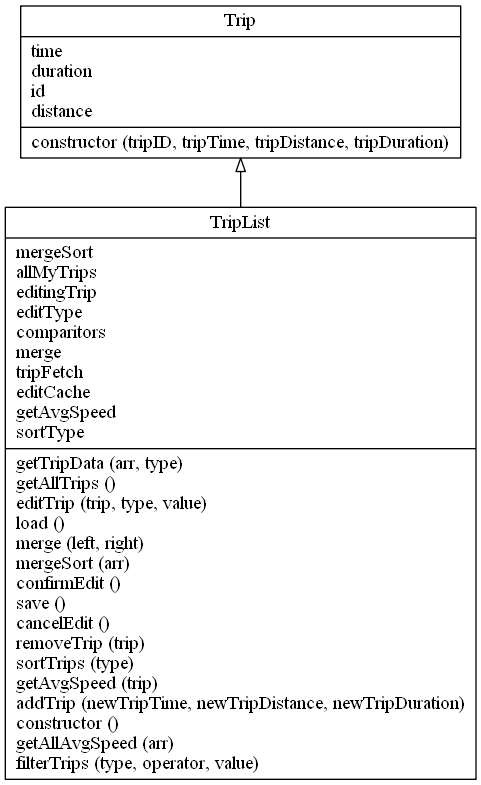
This is output/classes.dot.png from ChironEvans/de321-Assignment2-2020, a Graphviz export, as it was before one commit. Its source is kept beside it as output/classes.dot.
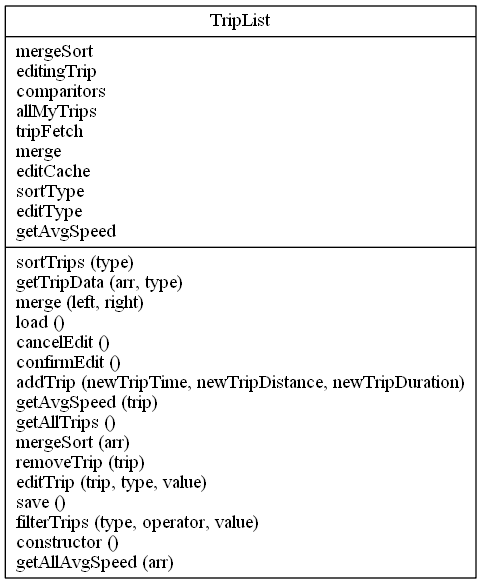
After the change.

The edit, as a diff of the source:
```diff
@@ -1,7 +1,5 @@
 digraph "classes_test" {
 charset="utf-8"
 rankdir=BT
-"0" [label="{TripList|mergeSort\lallMyTrips\leditingTrip\leditType\lcomparitors\lmerge\ltripFetch\leditCache\lgetAvgSpeed\lsortType\l|getTripData (arr, type)\lgetAllTrips ()\leditTrip (trip, type, value)\lload ()\lmerge (left, right)\lmergeSort (arr)\lconfirmEdit ()\lsave ()\lcancelEdit ()\lremoveTrip (trip)\lsortTrips (type)\lgetAvgSpeed (trip)\laddTrip (newTripTime, newTripDistance, newTripDuration)\lconstructor ()\lgetAllAvgSpeed (arr)\lfilterTrips (type, operator, value)\l}", shape="record"];
-"1" [label="{Trip|time\lduration\lid\ldistance\l|constructor (tripID, tripTime, tripDistance, tripDuration)\l}", shape="record"];
-"0" -> "1" [arrowhead="empty", arrowtail="none"];
+"0" [label="{TripList|mergeSort\leditingTrip\lcomparitors\lallMyTrips\ltripFetch\lmerge\leditCache\lsortType\leditType\lgetAvgSpeed\l|sortTrips (type)\lgetTripData (arr, type)\lmerge (left, right)\lload ()\lcancelEdit ()\lconfirmEdit ()\laddTrip (newTripTime, newTripDistance, newTripDuration)\lgetAvgSpeed (trip)\lgetAllTrips ()\lmergeSort (arr)\lremoveTrip (trip)\leditTrip (trip, type, value)\lsave ()\lfilterTrips (type, operator, value)\lconstructor ()\lgetAllAvgSpeed (arr)\l}", shape="record"];
 }
```
